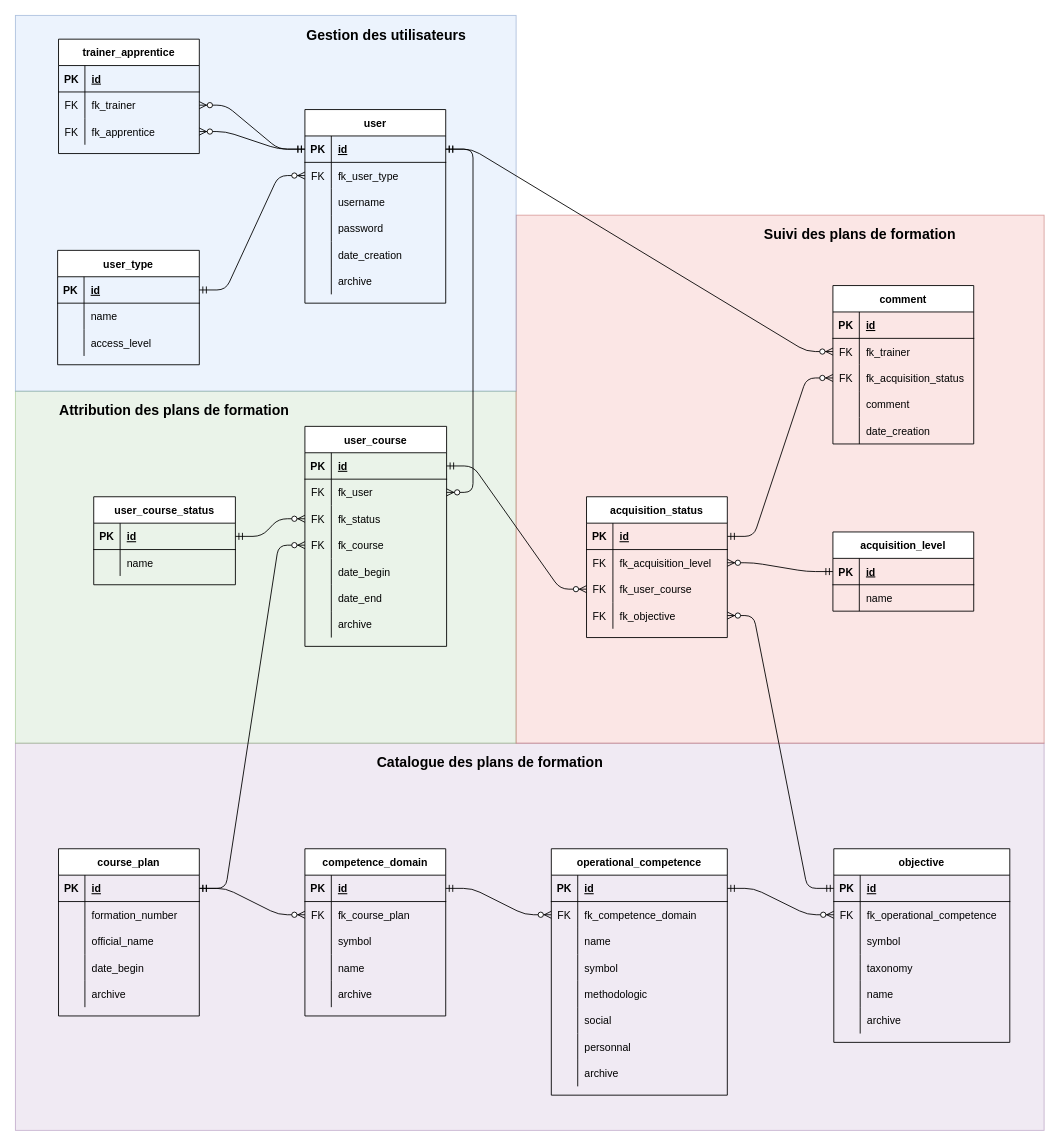
This is documentation/db_plafor.drawio from benmoumene/manage-course-codeigniter-4, a draw.io file, before an edit. Source tidied: cells renumbered, new cells numbered last; positions are measured from the earlier drawing's top-left corner, leaving out a move shared by most shapes. Both pictures are drawn from the tidied source at 88%, with x=0, y=0 at pixel (15, 15).
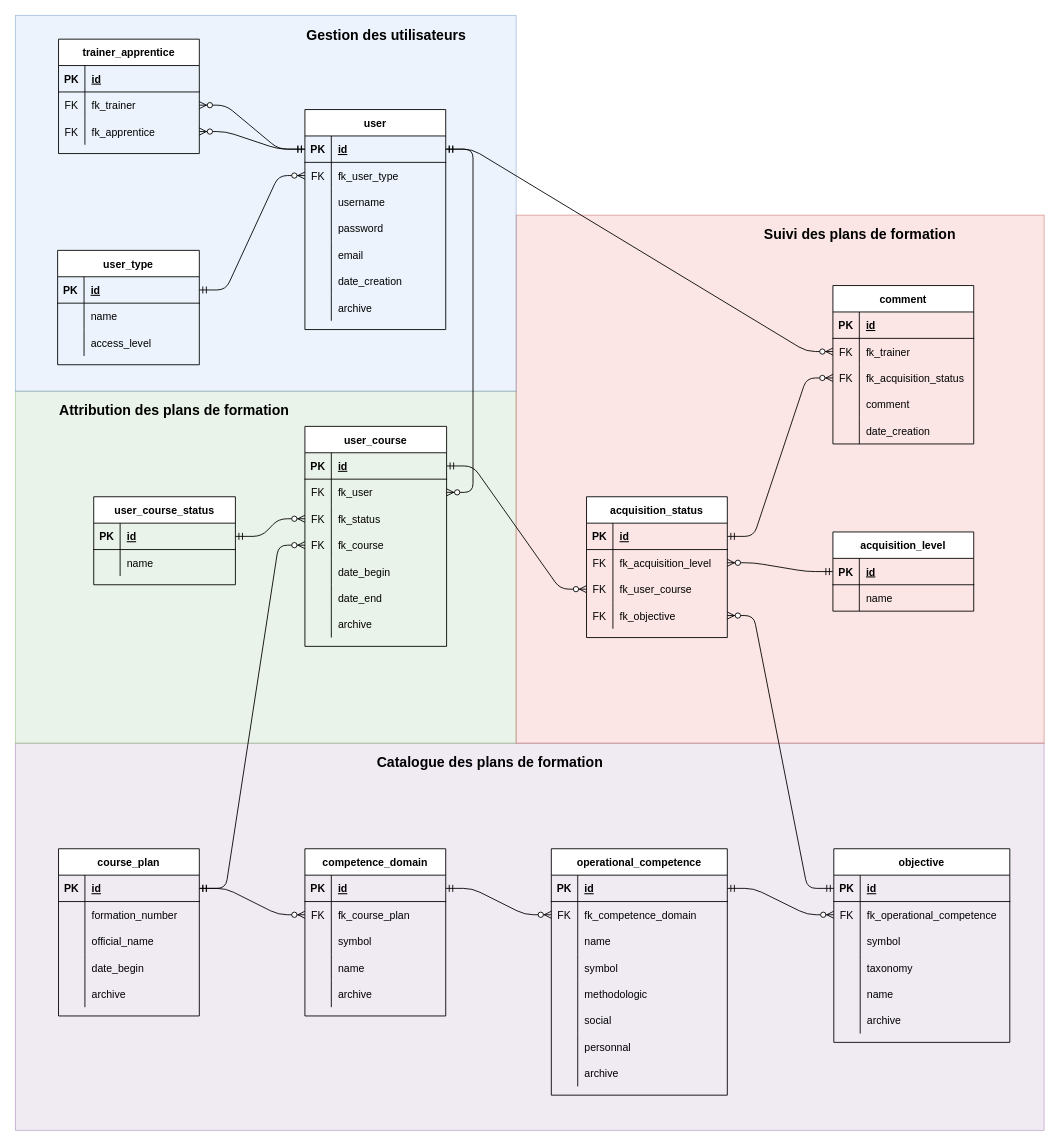
The same page after the edit.

Commit message:
Add user email in database schema

What changed in the source:
```diff
@@
     <mxCell id="79" value="user" style="shape=table;startSize=30;childLayout=tableLayout;rowLines=0;fontStyle=1;align=center;" parent="1" vertex="1">
-      <mxGeometry x="329" y="107" width="160" height="220" as="geometry" />
+      <mxGeometry x="329" y="107" width="160" height="250" as="geometry" />
     </mxCell>
@@
+    <mxCell id="204" style="shape=partialRectangle;fillColor=none;top=0;left=0;bottom=0;right=0;" parent="79" vertex="1">
+      <mxGeometry y="150" width="160" height="30" as="geometry" />
+    </mxCell>
+    <mxCell id="205" style="shape=partialRectangle;fillColor=none;top=0;left=0;bottom=0;right=0;overflow=hidden;" parent="204" vertex="1">
+      <mxGeometry width="30" height="30" as="geometry" />
+    </mxCell>
+    <mxCell id="206" value="email" style="shape=partialRectangle;fillColor=none;top=0;left=0;bottom=0;right=0;align=left;spacingLeft=6;overflow=hidden;" parent="204" vertex="1">
+      <mxGeometry x="30" width="130" height="30" as="geometry" />
+    </mxCell>
     <mxCell id="92" style="shape=partialRectangle;fillColor=none;top=0;left=0;bottom=0;right=0;" parent="79" vertex="1">
-      <mxGeometry y="150" width="160" height="30" as="geometry" />
+      <mxGeometry y="180" width="160" height="30" as="geometry" />
     </mxCell>
@@
     <mxCell id="95" style="shape=partialRectangle;fillColor=none;top=0;left=0;bottom=0;right=0;" parent="79" vertex="1">
-      <mxGeometry y="180" width="160" height="30" as="geometry" />
+      <mxGeometry y="210" width="160" height="30" as="geometry" />
     </mxCell>
```
